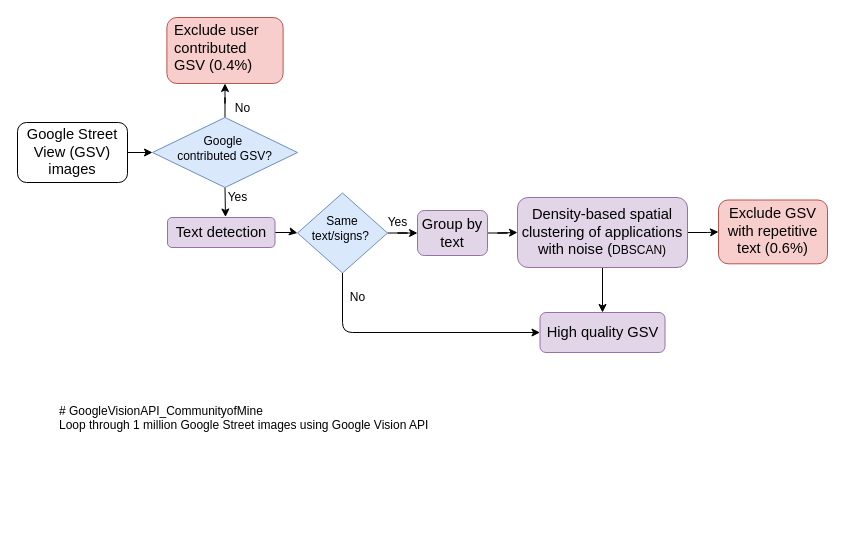
Above: GSV_image_filtering_3.drawio in xiaohuiliugis/GoogleVisionAPI_CommunityofMine (draw.io), before the change. Source tidied: cells renumbered, new cells numbered last; positions are measured from the earlier drawing's top-left corner, leaving out a move shared by most shapes. Both pictures are drawn from the tidied source at 100%, with x=0, y=0 at pixel (17, 17).
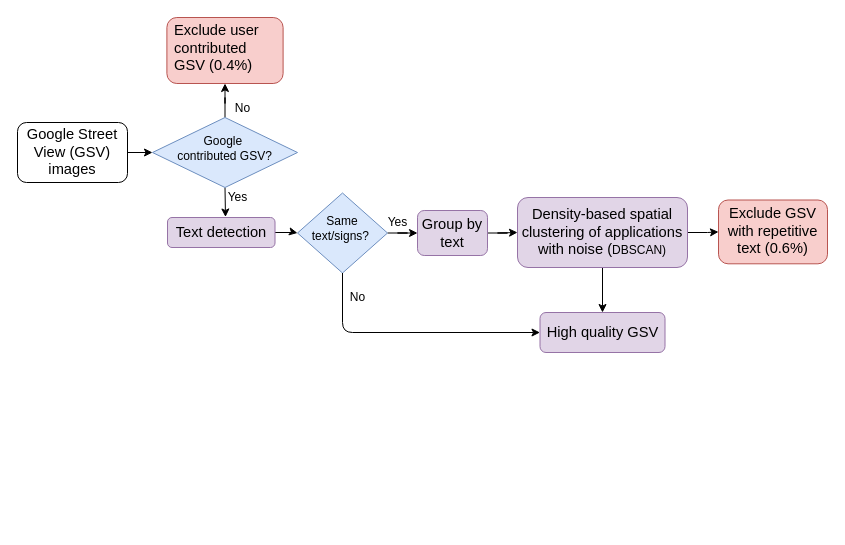
The same page after the edit.

The edit, as a diff of the source:
```diff
@@
-    <mxCell id="24" value="# GoogleVisionAPI_CommunityofMine&#10;Loop through 1 million Google Street images using Google Vision API" style="text;whiteSpace=wrap;html=1;" parent="1" vertex="1">
-      <mxGeometry x="40" y="380" width="390" height="130" as="geometry" />
-    </mxCell>
```
